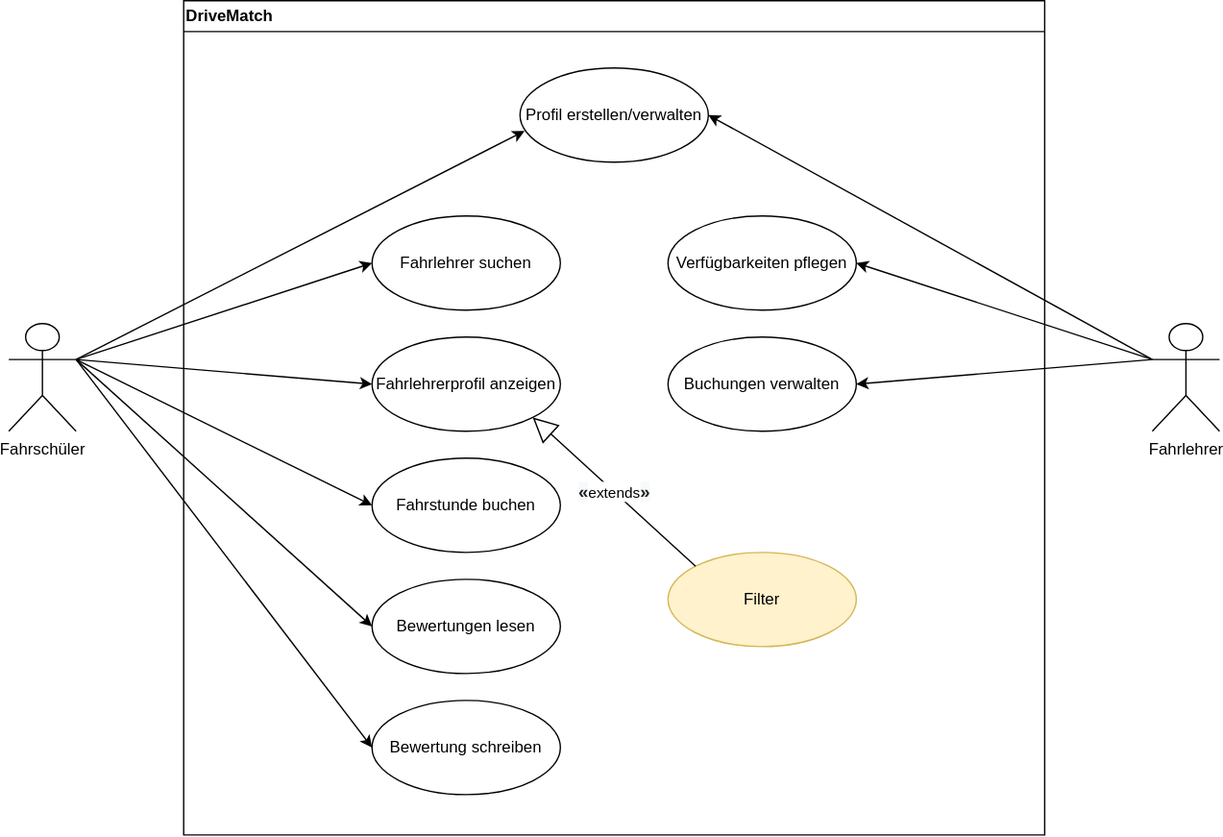
Before: doc/figures/use-case-diagram.drawio.svg, a diagram exported from draw.io (ljodzavsr/Software-Engineering-Semesterprojekt-DriveMatch). Source tidied: cells renumbered, new cells last; positions are measured from the earlier drawing's top-left corner, leaving out a move shared by most shapes.
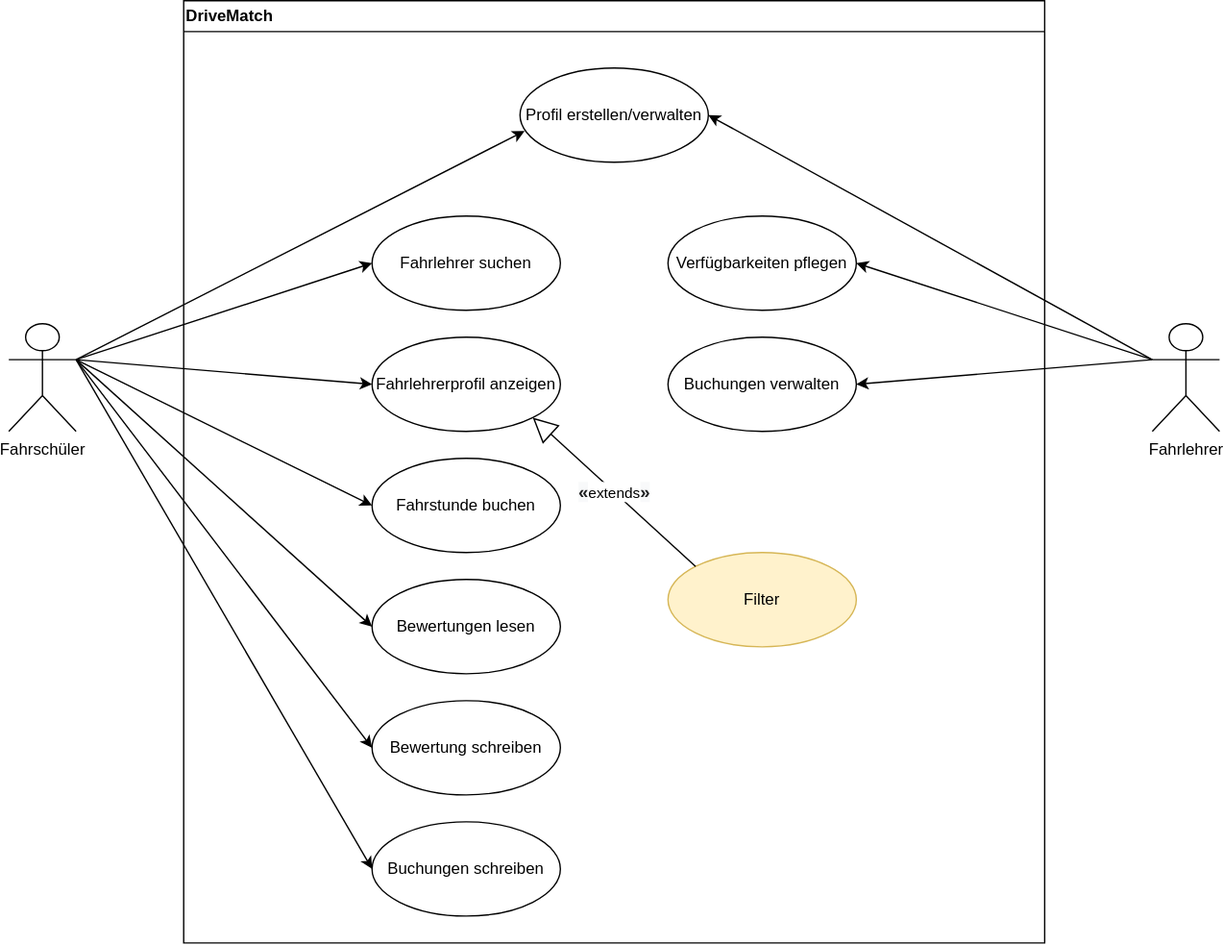
The same file after the commit.

Commit message:
Adaption Requirements

What changed in the source:
```diff
@@ -6,7 +6,7 @@
       <mxGeometry x="850" y="240" width="50" height="80" as="geometry" />
     </mxCell>
     <mxCell id="3" value="DriveMatch" style="swimlane;whiteSpace=wrap;html=1;align=left;" parent="1" vertex="1">
-      <mxGeometry x="130" width="640" height="620" as="geometry" />
+      <mxGeometry x="130" width="640" height="700" as="geometry" />
     </mxCell>
     <mxCell id="4" value="Fahrlehrer suchen" style="ellipse;whiteSpace=wrap;html=1;" parent="3" vertex="1">
       <mxGeometry x="140" y="160" width="140" height="70" as="geometry" />
@@ -38,6 +38,9 @@
     <mxCell id="13" value="&lt;b style=&quot;color: rgb(32, 33, 34); font-family: sans-serif; font-size: 13.3px; text-align: right; text-wrap: wrap; background-color: rgb(248, 249, 250);&quot;&gt;«&lt;/b&gt;extends&lt;b style=&quot;color: rgb(32, 33, 34); font-family: sans-serif; font-size: 13.3px; text-align: right; text-wrap: wrap; background-color: rgb(248, 249, 250);&quot;&gt;»&lt;/b&gt;" style="endArrow=block;endSize=16;endFill=0;html=1;rounded=0;entryX=1;entryY=1;entryDx=0;entryDy=0;exitX=0;exitY=0;exitDx=0;exitDy=0;" parent="3" edge="1" source="12" target="7">
       <mxGeometry relative="1" as="geometry" />
     </mxCell>
+    <mxCell id="24" value="Buchungen schreiben" style="ellipse;whiteSpace=wrap;html=1;" parent="3" vertex="1">
+      <mxGeometry x="140" y="610" width="140" height="70" as="geometry" />
+    </mxCell>
     <mxCell id="14" value="Fahrschüler" style="shape=umlActor;verticalLabelPosition=bottom;verticalAlign=top;html=1;" parent="1" vertex="1">
       <mxGeometry y="240" width="50" height="80" as="geometry" />
     </mxCell>
@@ -68,5 +71,8 @@
     <mxCell id="23" style="endArrow=classic;html=1;rounded=0;exitX=1;exitY=0.3333333333333333;exitDx=0;exitDy=0;exitPerimeter=0;entryX=0.024;entryY=0.669;entryDx=0;entryDy=0;entryPerimeter=0;" parent="1" edge="1" source="14" target="10">
       <mxGeometry relative="1" as="geometry" />
     </mxCell>
+    <mxCell id="25" style="endArrow=classic;html=1;rounded=0;entryX=0;entryY=0.5;entryDx=0;entryDy=0;exitX=1;exitY=0.3333333333333333;exitDx=0;exitDy=0;exitPerimeter=0;" parent="1" edge="1" source="14" target="24">
+      <mxGeometry relative="1" as="geometry" />
+    </mxCell>
   </root>
 </mxGraphModel>
```
